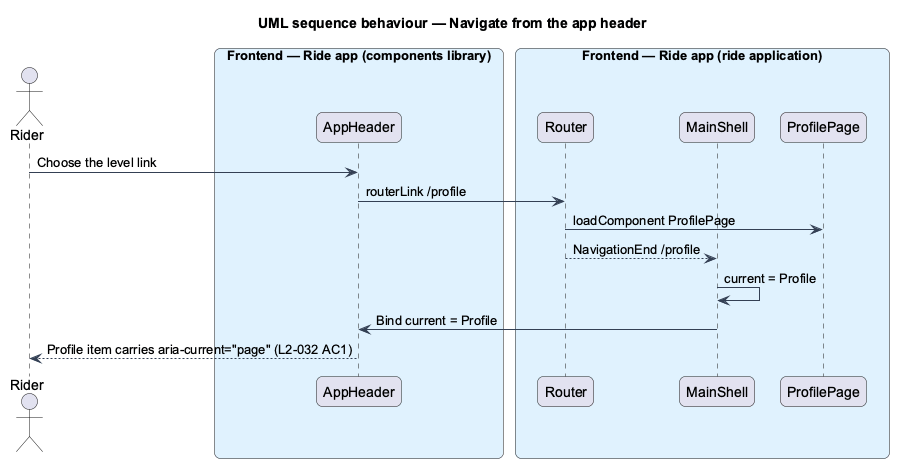
Before: docs/detailed-designs/home/show-the-app-header/diagrams/sequence-navigate.png, a diagram exported from PlantUML (QuinntyneBrown/ride-one). Source of this version:
```plantuml
@startuml
title UML sequence behaviour — Navigate from the app header
skinparam backgroundColor #FFFFFF
skinparam shadowing false
skinparam roundcorner 12
skinparam defaultFontName Arial
skinparam ArrowColor #344054
skinparam rectangle {
  BorderColor #344054
  FontColor #101828
}
skinparam package {
  BorderColor #667085
  FontColor #101828
  BackgroundColor #F9FAFB
}
actor "Rider" as actor
box "Frontend — Ride app (components library)" #E0F2FE
  participant "AppHeader" as apphdr
end box
box "Frontend — Ride app (ride application)" #E0F2FE
  participant "Router" as router
  participant "MainShell" as shell
  participant "ProfilePage" as page
end box
actor -> apphdr : Choose the level link
apphdr -> router : routerLink /profile
router -> page : loadComponent ProfilePage
router --> shell : NavigationEnd /profile
shell -> shell : current = Profile
shell -> apphdr : Bind current = Profile
apphdr --> actor : Profile item carries aria-current="page" (L2-032 AC1)
@enduml
```
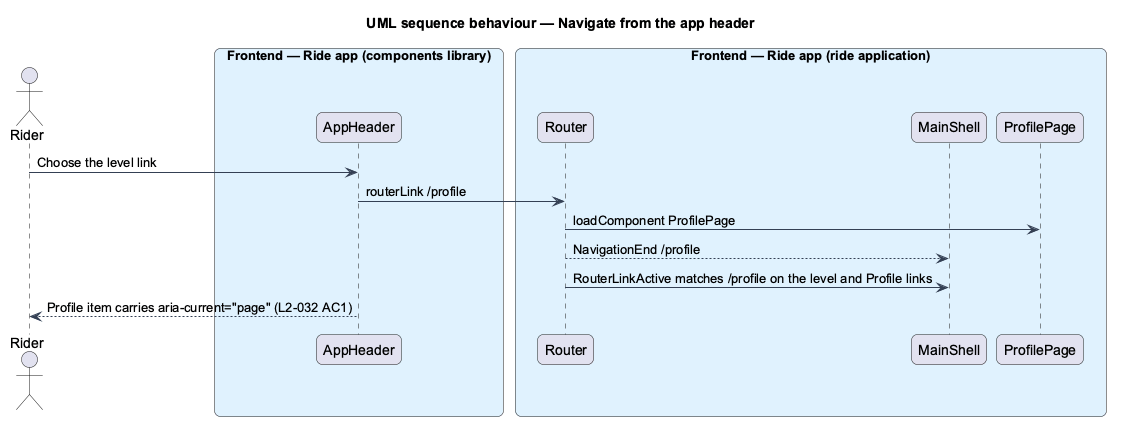
After the change.

Diff of the diagram source:
```diff
@@ -27,7 +27,6 @@
 apphdr -> router : routerLink /profile
 router -> page : loadComponent ProfilePage
 router --> shell : NavigationEnd /profile
-shell -> shell : current = Profile
-shell -> apphdr : Bind current = Profile
+router -> shell : RouterLinkActive matches /profile on the level and Profile links
 apphdr --> actor : Profile item carries aria-current="page" (L2-032 AC1)
 @enduml
```
